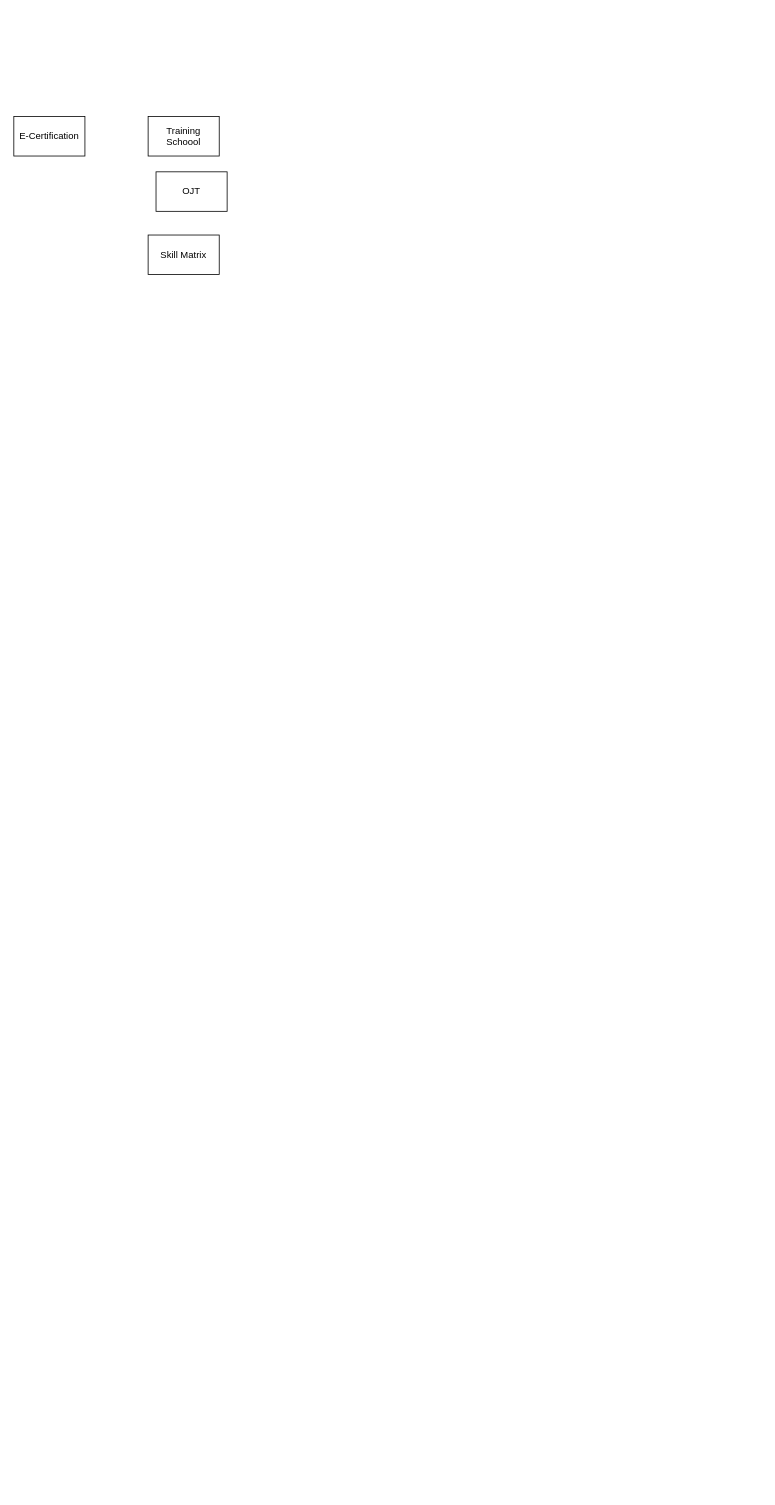
The draw.io diagram SDLC E-Certification.drawio in Alfzzz124/My-DrawIo-Folder, before the edit. Source tidied: cells renumbered, new cells numbered last; positions are measured from the earlier drawing's top-left corner, leaving out a move shared by most shapes. Both pictures are drawn from the tidied source at 79%, with x=0, y=0 at pixel (13, 116).
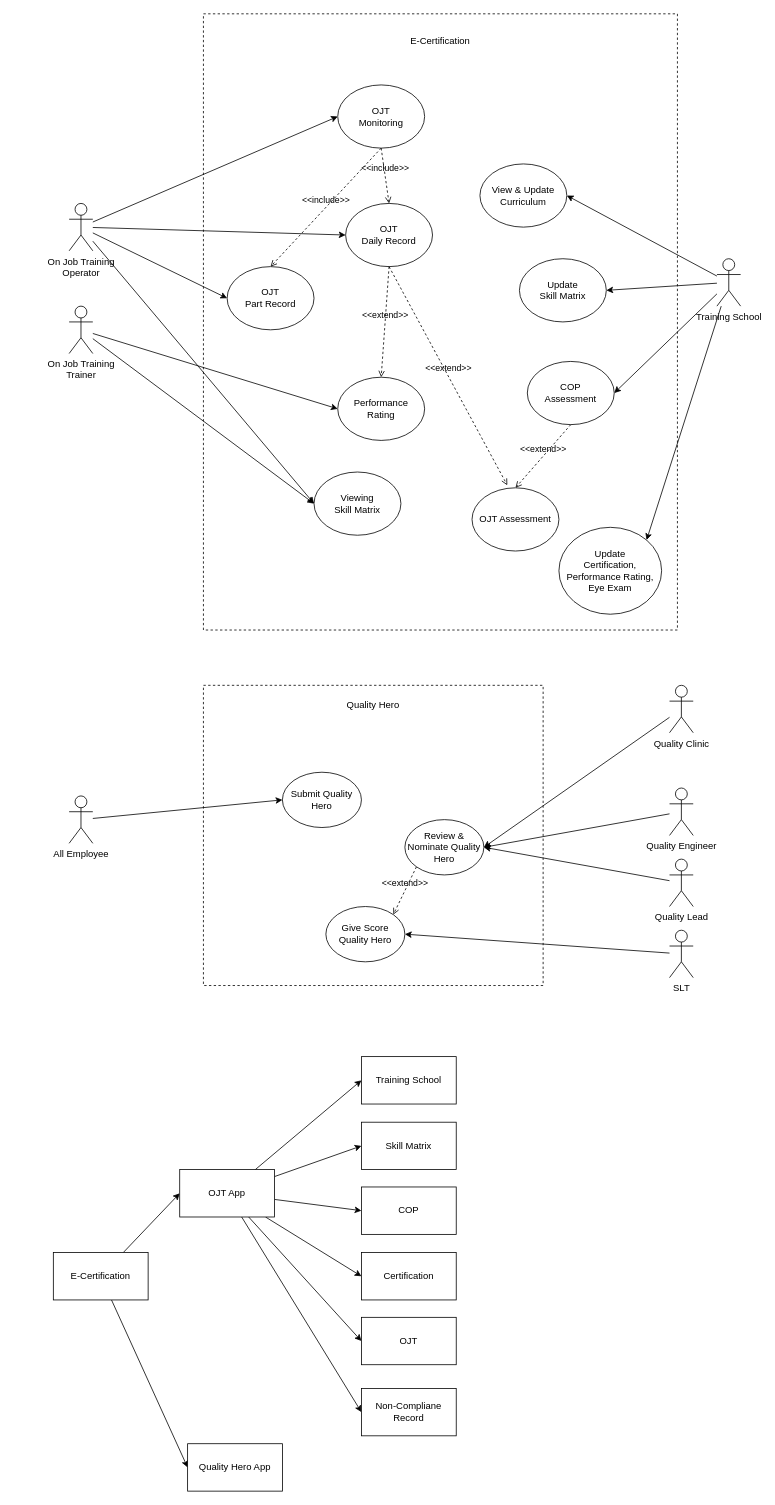
After the change.

What changed in the source:
```diff
@@
+    <mxCell id="6" style="rounded=0;whiteSpace=wrap;html=1;fillColor=none;dashed=1;" parent="1" vertex="1">
+      <mxGeometry x="240" y="-130" width="600" height="780" as="geometry" />
+    </mxCell>
+    <mxCell id="7" style="edgeStyle=none;rounded=0;jettySize=auto;html=1;entryX=0;entryY=0.5;entryDx=0;entryDy=0;" parent="1" edge="1" source="11" target="20">
+      <mxGeometry relative="1" as="geometry" />
+    </mxCell>
+    <mxCell id="8" style="edgeStyle=none;rounded=0;jettySize=auto;html=1;entryX=0;entryY=0.5;entryDx=0;entryDy=0;" parent="1" edge="1" source="11" target="21">
+      <mxGeometry relative="1" as="geometry" />
+    </mxCell>
+    <mxCell id="9" style="edgeStyle=none;rounded=0;jettySize=auto;html=1;entryX=0;entryY=0.5;entryDx=0;entryDy=0;" parent="1" edge="1" source="11" target="24">
+      <mxGeometry relative="1" as="geometry" />
+    </mxCell>
+    <mxCell id="10" style="edgeStyle=none;rounded=0;jettySize=auto;html=1;entryX=0;entryY=0.5;entryDx=0;entryDy=0;" parent="1" edge="1" source="11" target="25">
+      <mxGeometry relative="1" as="geometry" />
+    </mxCell>
+    <mxCell id="11" value="On Job Training&lt;div&gt;Operator&lt;/div&gt;" style="shape=umlActor;verticalLabelPosition=bottom;verticalAlign=top;html=1;outlineConnect=0;" parent="1" vertex="1">
+      <mxGeometry x="70" y="110" width="30" height="60" as="geometry" />
+    </mxCell>
+    <mxCell id="12" style="edgeStyle=none;rounded=0;jettySize=auto;html=1;entryX=0;entryY=0.5;entryDx=0;entryDy=0;" parent="1" edge="1" source="14" target="22">
+      <mxGeometry relative="1" as="geometry" />
+    </mxCell>
+    <mxCell id="13" style="edgeStyle=none;rounded=0;jettySize=auto;html=1;entryX=0;entryY=0.5;entryDx=0;entryDy=0;" parent="1" edge="1" source="14" target="25">
+      <mxGeometry relative="1" as="geometry" />
+    </mxCell>
+    <mxCell id="14" value="On Job Training&lt;div&gt;Trainer&lt;/div&gt;" style="shape=umlActor;verticalLabelPosition=bottom;verticalAlign=top;html=1;outlineConnect=0;" parent="1" vertex="1">
+      <mxGeometry x="70" y="240" width="30" height="60" as="geometry" />
+    </mxCell>
+    <mxCell id="15" style="edgeStyle=none;rounded=0;jettySize=auto;html=1;entryX=1;entryY=0.5;entryDx=0;entryDy=0;" parent="1" edge="1" source="19" target="23">
+      <mxGeometry relative="1" as="geometry" />
+    </mxCell>
+    <mxCell id="16" style="edgeStyle=none;rounded=0;jettySize=auto;html=1;entryX=1;entryY=0.5;entryDx=0;entryDy=0;" parent="1" edge="1" source="19" target="26">
+      <mxGeometry relative="1" as="geometry" />
+    </mxCell>
+    <mxCell id="17" style="edgeStyle=none;rounded=0;jettySize=auto;html=1;entryX=1;entryY=0.5;entryDx=0;entryDy=0;" parent="1" edge="1" source="19" target="27">
+      <mxGeometry relative="1" as="geometry" />
+    </mxCell>
+    <mxCell id="18" style="edgeStyle=none;rounded=0;jettySize=auto;html=1;entryX=1;entryY=0;entryDx=0;entryDy=0;" parent="1" edge="1" source="19" target="29">
+      <mxGeometry relative="1" as="geometry" />
+    </mxCell>
+    <mxCell id="19" value="Training School" style="shape=umlActor;verticalLabelPosition=bottom;verticalAlign=top;html=1;outlineConnect=0;" parent="1" vertex="1">
+      <mxGeometry x="890" y="180" width="30" height="60" as="geometry" />
+    </mxCell>
+    <mxCell id="20" value="OJT&lt;br&gt;Daily Record" style="ellipse;whiteSpace=wrap;html=1;" parent="1" vertex="1">
+      <mxGeometry x="420" y="110" width="110" height="80" as="geometry" />
+    </mxCell>
+    <mxCell id="21" value="OJT&lt;br&gt;Part Record" style="ellipse;whiteSpace=wrap;html=1;" parent="1" vertex="1">
+      <mxGeometry x="270" y="190" width="110" height="80" as="geometry" />
+    </mxCell>
+    <mxCell id="22" value="Performance &lt;br&gt;Rating" style="ellipse;whiteSpace=wrap;html=1;" parent="1" vertex="1">
+      <mxGeometry x="410" y="330" width="110" height="80" as="geometry" />
+    </mxCell>
+    <mxCell id="23" value="View &amp;amp; Update&lt;div&gt;Curriculum&lt;/div&gt;" style="ellipse;whiteSpace=wrap;html=1;" parent="1" vertex="1">
+      <mxGeometry x="590" y="60" width="110" height="80" as="geometry" />
+    </mxCell>
+    <mxCell id="24" value="OJT &lt;br&gt;Monitoring" style="ellipse;whiteSpace=wrap;html=1;" parent="1" vertex="1">
+      <mxGeometry x="410" y="-40" width="110" height="80" as="geometry" />
+    </mxCell>
+    <mxCell id="25" value="Viewing &lt;br&gt;Skill Matrix" style="ellipse;whiteSpace=wrap;html=1;" parent="1" vertex="1">
+      <mxGeometry x="380" y="450" width="110" height="80" as="geometry" />
+    </mxCell>
+    <mxCell id="26" value="Update&lt;br&gt;Skill Matrix" style="ellipse;whiteSpace=wrap;html=1;" parent="1" vertex="1">
+      <mxGeometry x="640" y="180" width="110" height="80" as="geometry" />
+    </mxCell>
+    <mxCell id="27" value="COP&lt;br&gt;Assessment" style="ellipse;whiteSpace=wrap;html=1;" parent="1" vertex="1">
+      <mxGeometry x="650" y="310" width="110" height="80" as="geometry" />
+    </mxCell>
+    <mxCell id="28" value="OJT Assessment" style="ellipse;whiteSpace=wrap;html=1;" parent="1" vertex="1">
+      <mxGeometry x="580" y="470" width="110" height="80" as="geometry" />
+    </mxCell>
+    <mxCell id="29" value="Update &lt;br&gt;Certification, Performance Rating, Eye Exam" style="ellipse;whiteSpace=wrap;html=1;" parent="1" vertex="1">
+      <mxGeometry x="690" y="520" width="130" height="110" as="geometry" />
+    </mxCell>
+    <mxCell id="30" value="&amp;lt;&amp;lt;extend&amp;gt;&amp;gt;" style="html=1;verticalAlign=bottom;labelBackgroundColor=none;endArrow=open;endFill=0;dashed=1;rounded=0;entryX=0.5;entryY=0;entryDx=0;entryDy=0;exitX=0.5;exitY=1;exitDx=0;exitDy=0;" parent="1" edge="1" source="20" target="22">
+      <mxGeometry relative="1" as="geometry" />
+    </mxCell>
+    <mxCell id="31" value="&amp;lt;&amp;lt;include&amp;gt;&amp;gt;" style="html=1;verticalAlign=bottom;labelBackgroundColor=none;endArrow=open;endFill=0;dashed=1;rounded=0;entryX=0.5;entryY=0;entryDx=0;entryDy=0;exitX=0.5;exitY=1;exitDx=0;exitDy=0;" parent="1" edge="1" source="24" target="21">
+      <mxGeometry relative="1" as="geometry" />
+    </mxCell>
+    <mxCell id="32" value="&amp;lt;&amp;lt;include&amp;gt;&amp;gt;" style="html=1;verticalAlign=bottom;labelBackgroundColor=none;endArrow=open;endFill=0;dashed=1;rounded=0;entryX=0.5;entryY=0;entryDx=0;entryDy=0;exitX=0.5;exitY=1;exitDx=0;exitDy=0;" parent="1" edge="1" source="24" target="20">
+      <mxGeometry relative="1" as="geometry" />
+    </mxCell>
+    <mxCell id="33" value="&amp;lt;&amp;lt;extend&amp;gt;&amp;gt;" style="html=1;verticalAlign=bottom;labelBackgroundColor=none;endArrow=open;endFill=0;dashed=1;rounded=0;entryX=0.406;entryY=-0.04;entryDx=0;entryDy=0;exitX=0.5;exitY=1;exitDx=0;exitDy=0;entryPerimeter=0;" parent="1" edge="1" source="20" target="28">
+      <mxGeometry relative="1" as="geometry" />
+    </mxCell>
+    <mxCell id="34" value="&amp;lt;&amp;lt;extend&amp;gt;&amp;gt;" style="html=1;verticalAlign=bottom;labelBackgroundColor=none;endArrow=open;endFill=0;dashed=1;rounded=0;entryX=0.5;entryY=0;entryDx=0;entryDy=0;exitX=0.5;exitY=1;exitDx=0;exitDy=0;" parent="1" edge="1" source="27" target="28">
+      <mxGeometry relative="1" as="geometry" />
+    </mxCell>
+    <mxCell id="35" value="E-Certification" style="text;html=1;align=center;verticalAlign=middle;whiteSpace=wrap;rounded=0;" parent="1" vertex="1">
+      <mxGeometry x="485" y="-110" width="110" height="30" as="geometry" />
+    </mxCell>
+    <mxCell id="36" style="rounded=0;whiteSpace=wrap;html=1;fillColor=none;dashed=1;" parent="1" vertex="1">
+      <mxGeometry x="240" y="720" width="430" height="380" as="geometry" />
+    </mxCell>
+    <mxCell id="37" value="Quality Hero" style="text;html=1;align=center;verticalAlign=middle;whiteSpace=wrap;rounded=0;" parent="1" vertex="1">
+      <mxGeometry x="400" y="730" width="110" height="30" as="geometry" />
+    </mxCell>
+    <mxCell id="38" style="edgeStyle=none;rounded=0;jettySize=auto;html=1;entryX=0;entryY=0.5;entryDx=0;entryDy=0;" parent="1" edge="1" source="39" target="40">
+      <mxGeometry relative="1" as="geometry" />
+    </mxCell>
+    <mxCell id="39" value="All Employee" style="shape=umlActor;verticalLabelPosition=bottom;verticalAlign=top;html=1;outlineConnect=0;" parent="1" vertex="1">
+      <mxGeometry x="70" y="860" width="30" height="60" as="geometry" />
+    </mxCell>
+    <mxCell id="40" value="Submit Quality Hero" style="ellipse;whiteSpace=wrap;html=1;" parent="1" vertex="1">
+      <mxGeometry x="340" y="830" width="100" height="70" as="geometry" />
+    </mxCell>
+    <mxCell id="41" value="Review &amp;amp; Nominate Quality Hero" style="ellipse;whiteSpace=wrap;html=1;" parent="1" vertex="1">
+      <mxGeometry x="495" y="890" width="100" height="70" as="geometry" />
+    </mxCell>
+    <mxCell id="42" value="Give Score&lt;div&gt;Quality Hero&lt;/div&gt;" style="ellipse;whiteSpace=wrap;html=1;" parent="1" vertex="1">
+      <mxGeometry x="395" y="1000" width="100" height="70" as="geometry" />
+    </mxCell>
+    <mxCell id="43" style="edgeStyle=none;rounded=0;jettySize=auto;html=1;entryX=1;entryY=0.5;entryDx=0;entryDy=0;" parent="1" edge="1" source="44" target="41">
+      <mxGeometry relative="1" as="geometry" />
+    </mxCell>
+    <mxCell id="44" value="Quality Clinic" style="shape=umlActor;verticalLabelPosition=bottom;verticalAlign=top;html=1;outlineConnect=0;" parent="1" vertex="1">
+      <mxGeometry x="830" y="720" width="30" height="60" as="geometry" />
+    </mxCell>
+    <mxCell id="45" style="edgeStyle=none;rounded=0;jettySize=auto;html=1;entryX=1;entryY=0.5;entryDx=0;entryDy=0;" parent="1" edge="1" source="46" target="41">
+      <mxGeometry relative="1" as="geometry" />
+    </mxCell>
+    <mxCell id="46" value="Quality Engineer" style="shape=umlActor;verticalLabelPosition=bottom;verticalAlign=top;html=1;outlineConnect=0;" parent="1" vertex="1">
+      <mxGeometry x="830" y="850" width="30" height="60" as="geometry" />
+    </mxCell>
+    <mxCell id="47" style="edgeStyle=none;rounded=0;jettySize=auto;html=1;entryX=1;entryY=0.5;entryDx=0;entryDy=0;" parent="1" edge="1" source="48" target="42">
+      <mxGeometry relative="1" as="geometry" />
+    </mxCell>
+    <mxCell id="48" value="SLT" style="shape=umlActor;verticalLabelPosition=bottom;verticalAlign=top;html=1;outlineConnect=0;" parent="1" vertex="1">
+      <mxGeometry x="830" y="1030" width="30" height="60" as="geometry" />
+    </mxCell>
+    <mxCell id="49" style="edgeStyle=none;rounded=0;jettySize=auto;html=1;entryX=1;entryY=0.5;entryDx=0;entryDy=0;" parent="1" edge="1" source="50" target="41">
+      <mxGeometry relative="1" as="geometry" />
+    </mxCell>
+    <mxCell id="50" value="Quality Lead" style="shape=umlActor;verticalLabelPosition=bottom;verticalAlign=top;html=1;outlineConnect=0;" parent="1" vertex="1">
+      <mxGeometry x="830" y="940" width="30" height="60" as="geometry" />
+    </mxCell>
+    <mxCell id="51" value="&amp;lt;&amp;lt;extend&amp;gt;&amp;gt;" style="html=1;verticalAlign=bottom;labelBackgroundColor=none;endArrow=open;endFill=0;dashed=1;rounded=0;entryX=1;entryY=0;entryDx=0;entryDy=0;exitX=0;exitY=1;exitDx=0;exitDy=0;" parent="1" edge="1" source="41" target="42">
+      <mxGeometry relative="1" as="geometry" />
+    </mxCell>
+    <mxCell id="52" style="edgeStyle=none;rounded=0;jettySize=auto;html=1;entryX=0;entryY=0.5;entryDx=0;entryDy=0;" parent="1" edge="1" source="2" target="60">
+      <mxGeometry relative="1" as="geometry" />
+    </mxCell>
+    <mxCell id="53" style="edgeStyle=none;rounded=0;jettySize=auto;html=1;entryX=0;entryY=0.5;entryDx=0;entryDy=0;" parent="1" edge="1" source="2" target="61">
+      <mxGeometry relative="1" as="geometry" />
+    </mxCell>
     <mxCell id="2" value="E-Certification" style="rounded=0;whiteSpace=wrap;html=1;" parent="1" vertex="1">
-      <mxGeometry width="90" height="50" as="geometry" />
+      <mxGeometry x="50" y="1438" width="120" height="60" as="geometry" />
     </mxCell>
-    <mxCell id="3" value="Training Schoool" style="rounded=0;whiteSpace=wrap;html=1;" parent="1" vertex="1">
-      <mxGeometry x="170" width="90" height="50" as="geometry" />
-    </mxCell>
+    <mxCell id="54" style="edgeStyle=none;rounded=0;jettySize=auto;html=1;entryX=0;entryY=0.5;entryDx=0;entryDy=0;" parent="1" edge="1" source="60" target="62">
+      <mxGeometry relative="1" as="geometry" />
+    </mxCell>
+    <mxCell id="55" style="edgeStyle=none;rounded=0;jettySize=auto;html=1;entryX=0;entryY=0.5;entryDx=0;entryDy=0;" parent="1" edge="1" source="60" target="5">
+      <mxGeometry relative="1" as="geometry" />
+    </mxCell>
+    <mxCell id="56" style="edgeStyle=none;rounded=0;jettySize=auto;html=1;entryX=0;entryY=0.5;entryDx=0;entryDy=0;" parent="1" edge="1" source="60" target="63">
+      <mxGeometry relative="1" as="geometry" />
+    </mxCell>
+    <mxCell id="57" style="edgeStyle=none;rounded=0;jettySize=auto;html=1;entryX=0;entryY=0.5;entryDx=0;entryDy=0;" parent="1" edge="1" source="60" target="64">
+      <mxGeometry relative="1" as="geometry" />
+    </mxCell>
+    <mxCell id="58" style="edgeStyle=none;rounded=0;jettySize=auto;html=1;entryX=0;entryY=0.5;entryDx=0;entryDy=0;" parent="1" edge="1" source="60" target="4">
+      <mxGeometry relative="1" as="geometry" />
+    </mxCell>
+    <mxCell id="59" style="edgeStyle=none;rounded=0;jettySize=auto;html=1;entryX=0;entryY=0.5;entryDx=0;entryDy=0;" parent="1" edge="1" source="60" target="65">
+      <mxGeometry relative="1" as="geometry" />
+    </mxCell>
+    <mxCell id="60" value="OJT App" style="rounded=0;whiteSpace=wrap;html=1;" parent="1" vertex="1">
+      <mxGeometry x="210" y="1333" width="120" height="60" as="geometry" />
+    </mxCell>
+    <mxCell id="61" value="Quality Hero App" style="rounded=0;whiteSpace=wrap;html=1;" parent="1" vertex="1">
+      <mxGeometry x="220" y="1680" width="120" height="60" as="geometry" />
+    </mxCell>
+    <mxCell id="62" value="Training School" style="rounded=0;whiteSpace=wrap;html=1;" parent="1" vertex="1">
+      <mxGeometry x="440" y="1190" width="120" height="60" as="geometry" />
+    </mxCell>
+    <mxCell id="5" value="Skill Matrix" style="rounded=0;whiteSpace=wrap;html=1;" parent="1" vertex="1">
+      <mxGeometry x="440" y="1273" width="120" height="60" as="geometry" />
+    </mxCell>
+    <mxCell id="63" value="COP" style="rounded=0;whiteSpace=wrap;html=1;" parent="1" vertex="1">
+      <mxGeometry x="440" y="1355" width="120" height="60" as="geometry" />
+    </mxCell>
+    <mxCell id="64" value="Certification" style="rounded=0;whiteSpace=wrap;html=1;" parent="1" vertex="1">
+      <mxGeometry x="440" y="1438" width="120" height="60" as="geometry" />
+    </mxCell>
     <mxCell id="4" value="OJT" style="rounded=0;whiteSpace=wrap;html=1;" parent="1" vertex="1">
-      <mxGeometry x="180" y="70" width="90" height="50" as="geometry" />
+      <mxGeometry x="440" y="1520" width="120" height="60" as="geometry" />
     </mxCell>
-    <mxCell id="5" value="Skill Matrix" style="rounded=0;whiteSpace=wrap;html=1;" parent="1" vertex="1">
-      <mxGeometry x="170" y="150" width="90" height="50" as="geometry" />
-    </mxCell>
+    <mxCell id="65" value="Non-Compliane Record" style="rounded=0;whiteSpace=wrap;html=1;" parent="1" vertex="1">
+      <mxGeometry x="440" y="1610" width="120" height="60" as="geometry" />
+    </mxCell>
```
